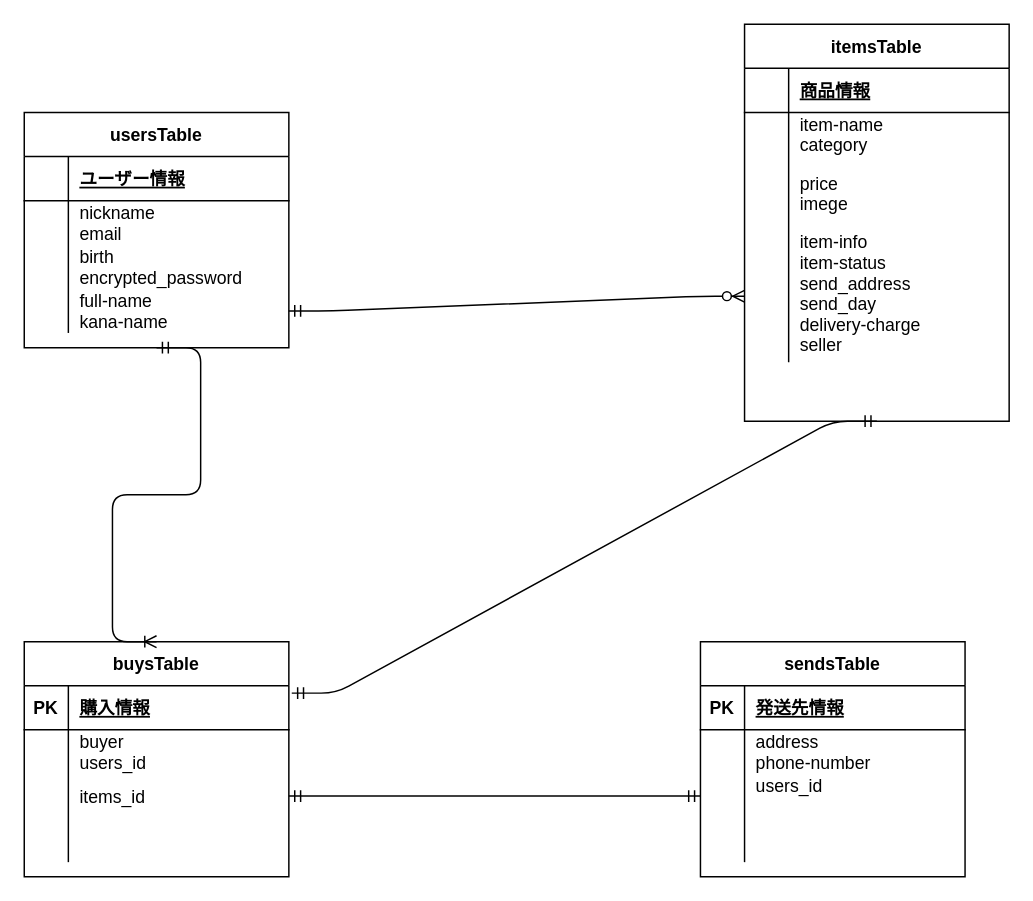
Earlier version of the draw.io diagram test.dio (magitaka/furima-37667). Source tidied: cells renumbered, new cells numbered last; positions are measured from the earlier drawing's top-left corner, leaving out a move shared by most shapes. Both pictures are drawn from the tidied source at 147%, with x=0, y=0 at pixel (24, 24).
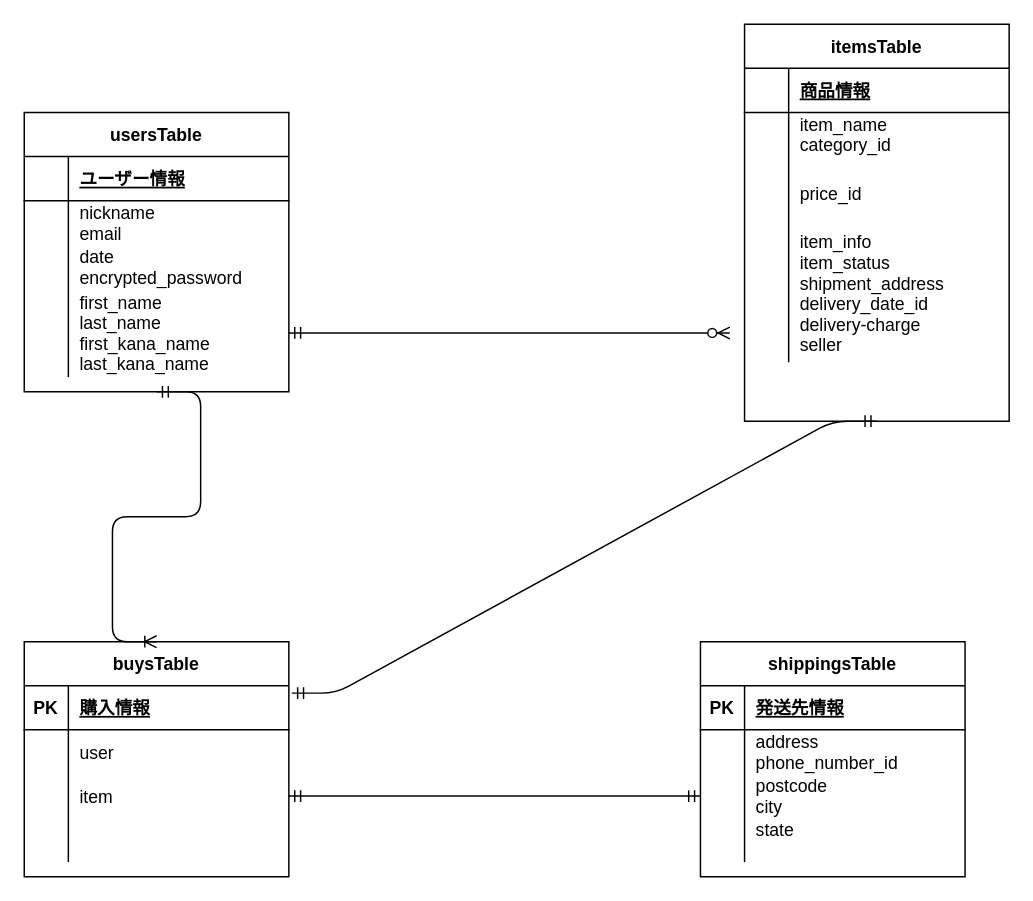
After the change.

The change refers to these unchanged cells:
```xml
<mxCell id="6" style="shape=partialRectangle;fillColor=none;top=0;left=0;bottom=0;right=0;" parent="2" vertex="1">
  <mxGeometry y="60" width="180" height="30" as="geometry" />
</mxCell>
<mxCell id="9" style="shape=partialRectangle;fillColor=none;top=0;left=0;bottom=0;right=0;" parent="2" vertex="1">
  <mxGeometry y="90" width="180" height="50" as="geometry" />
</mxCell>
<mxCell id="12" style="shape=partialRectangle;fillColor=none;top=0;left=0;bottom=0;right=0;points=[[0,0.5],[1,0.5]];portConstraint=eastwest;" parent="2" vertex="1">
  <mxGeometry y="140" width="180" height="90" as="geometry" />
</mxCell>
<mxCell id="22" style="shape=partialRectangle;fillColor=none;top=0;left=0;bottom=0;right=0;" parent="15" vertex="1">
  <mxGeometry y="90" width="180" height="30" as="geometry" />
</mxCell>
<mxCell id="32" style="shape=partialRectangle;fillColor=none;top=0;left=0;bottom=0;right=0;" parent="28" vertex="1">
  <mxGeometry y="60" width="180" height="30" as="geometry" />
</mxCell>
<mxCell id="35" style="shape=partialRectangle;fillColor=none;top=0;left=0;bottom=0;right=0;points=[[0,0.5],[1,0.5]];portConstraint=eastwest;" parent="28" vertex="1">
  <mxGeometry y="90" width="180" height="30" as="geometry" />
</mxCell>
<mxCell id="45" style="shape=partialRectangle;fillColor=none;top=0;left=0;bottom=0;right=0;" parent="41" vertex="1">
  <mxGeometry y="60" width="180" height="30" as="geometry" />
</mxCell>
<mxCell id="48" style="shape=partialRectangle;fillColor=none;top=0;left=0;bottom=0;right=0;points=[[0,0.5],[1,0.5]];portConstraint=eastwest;" parent="41" vertex="1">
  <mxGeometry y="90" width="180" height="30" as="geometry" />
</mxCell>
<mxCell id="51" style="shape=partialRectangle;fillColor=none;top=0;left=0;bottom=0;right=0;" parent="41" vertex="1">
  <mxGeometry y="120" width="180" height="30" as="geometry" />
</mxCell>
```

Change to the diagram source:
```diff
@@
-    <mxCell id="8" value="item-name&#10;category" style="shape=partialRectangle;fillColor=none;top=0;left=0;bottom=0;right=0;align=left;spacingLeft=6;overflow=hidden;" parent="6" vertex="1">
+    <mxCell id="8" value="item_name&#10;category_id" style="shape=partialRectangle;fillColor=none;top=0;left=0;bottom=0;right=0;align=left;spacingLeft=6;overflow=hidden;" parent="6" vertex="1">
       <mxGeometry x="30" width="150" height="30" as="geometry" />
     </mxCell>
@@
-    <mxCell id="11" value="price&#10;imege" style="shape=partialRectangle;fillColor=none;top=0;left=0;bottom=0;right=0;align=left;spacingLeft=6;overflow=hidden;" parent="9" vertex="1">
+    <mxCell id="11" value="price_id" style="shape=partialRectangle;fillColor=none;top=0;left=0;bottom=0;right=0;align=left;spacingLeft=6;overflow=hidden;" parent="9" vertex="1">
       <mxGeometry x="30" width="150" height="50" as="geometry" />
     </mxCell>
@@
-    <mxCell id="14" value="item-info&#10;item-status&#10;send_address&#10;send_day&#10;delivery-charge&#10;seller&#10;" style="shape=partialRectangle;fillColor=none;top=0;left=0;bottom=0;right=0;align=left;spacingLeft=6;overflow=hidden;" parent="12" vertex="1">
+    <mxCell id="14" value="item_info&#10;item_status&#10;shipment_address&#10;delivery_date_id&#10;delivery-charge&#10;seller&#10;" style="shape=partialRectangle;fillColor=none;top=0;left=0;bottom=0;right=0;align=left;spacingLeft=6;overflow=hidden;" parent="12" vertex="1">
       <mxGeometry x="30" width="150" height="90" as="geometry" />
     </mxCell>
     <mxCell id="15" value="usersTable" style="shape=table;startSize=30;childLayout=tableLayout;rowLines=0;fontStyle=1;align=center;" parent="1" vertex="1">
-      <mxGeometry y="60" width="180" height="160" as="geometry" />
+      <mxGeometry y="60" width="180" height="190" as="geometry" />
     </mxCell>
@@
-    <mxCell id="24" value="birth&#10;encrypted_password" style="shape=partialRectangle;fillColor=none;top=0;left=0;bottom=0;right=0;align=left;spacingLeft=6;overflow=hidden;" parent="22" vertex="1">
+    <mxCell id="24" value="date&#10;encrypted_password" style="shape=partialRectangle;fillColor=none;top=0;left=0;bottom=0;right=0;align=left;spacingLeft=6;overflow=hidden;" parent="22" vertex="1">
       <mxGeometry x="30" width="150" height="30" as="geometry" />
     </mxCell>
     <mxCell id="25" style="shape=partialRectangle;fillColor=none;top=0;left=0;bottom=0;right=0;points=[[0,0.5],[1,0.5]];portConstraint=eastwest;" parent="15" vertex="1">
-      <mxGeometry y="120" width="180" height="30" as="geometry" />
+      <mxGeometry y="120" width="180" height="60" as="geometry" />
     </mxCell>
     <mxCell id="26" style="shape=partialRectangle;fillColor=none;top=0;left=0;bottom=0;right=0;overflow=hidden;" parent="25" vertex="1">
-      <mxGeometry width="30" height="30" as="geometry" />
+      <mxGeometry width="30" height="60" as="geometry" />
     </mxCell>
-    <mxCell id="27" value="full-name&#10;kana-name" style="shape=partialRectangle;fillColor=none;top=0;left=0;bottom=0;right=0;align=left;spacingLeft=6;overflow=hidden;" parent="25" vertex="1">
-      <mxGeometry x="30" width="150" height="30" as="geometry" />
+    <mxCell id="27" value="first_name&#10;last_name&#10;first_kana_name&#10;last_kana_name" style="shape=partialRectangle;fillColor=none;top=0;left=0;bottom=0;right=0;align=left;spacingLeft=6;overflow=hidden;" parent="25" vertex="1">
+      <mxGeometry x="30" width="150" height="60" as="geometry" />
     </mxCell>
@@
-    <mxCell id="34" value="buyer&#10;users_id" style="shape=partialRectangle;fillColor=none;top=0;left=0;bottom=0;right=0;align=left;spacingLeft=6;overflow=hidden;" parent="32" vertex="1">
+    <mxCell id="34" value="user" style="shape=partialRectangle;fillColor=none;top=0;left=0;bottom=0;right=0;align=left;spacingLeft=6;overflow=hidden;" parent="32" vertex="1">
       <mxGeometry x="30" width="150" height="30" as="geometry" />
     </mxCell>
@@
-    <mxCell id="37" value="items_id" style="shape=partialRectangle;fillColor=none;top=0;left=0;bottom=0;right=0;align=left;spacingLeft=6;overflow=hidden;" parent="35" vertex="1">
+    <mxCell id="37" value="item" style="shape=partialRectangle;fillColor=none;top=0;left=0;bottom=0;right=0;align=left;spacingLeft=6;overflow=hidden;" parent="35" vertex="1">
       <mxGeometry x="30" width="150" height="30" as="geometry" />
     </mxCell>
@@
-    <mxCell id="41" value="sendsTable" style="shape=table;startSize=30;childLayout=tableLayout;rowLines=0;fontStyle=1;align=center;" parent="1" vertex="1">
+    <mxCell id="41" value="shippingsTable" style="shape=table;startSize=30;childLayout=tableLayout;rowLines=0;fontStyle=1;align=center;" parent="1" vertex="1">
       <mxGeometry x="460" y="420" width="180" height="160" as="geometry" />
     </mxCell>
@@
-    <mxCell id="47" value="address&#10;phone-number" style="shape=partialRectangle;fillColor=none;top=0;left=0;bottom=0;right=0;align=left;spacingLeft=6;overflow=hidden;" parent="45" vertex="1">
+    <mxCell id="47" value="address&#10;phone_number_id" style="shape=partialRectangle;fillColor=none;top=0;left=0;bottom=0;right=0;align=left;spacingLeft=6;overflow=hidden;" parent="45" vertex="1">
       <mxGeometry x="30" width="150" height="30" as="geometry" />
     </mxCell>
@@
-    <mxCell id="50" value="users_id&#10;" style="shape=partialRectangle;fillColor=none;top=0;left=0;bottom=0;right=0;align=left;spacingLeft=6;overflow=hidden;" parent="48" vertex="1">
+    <mxCell id="50" value="postcode&#10;city" style="shape=partialRectangle;fillColor=none;top=0;left=0;bottom=0;right=0;align=left;spacingLeft=6;overflow=hidden;" parent="48" vertex="1">
       <mxGeometry x="30" width="150" height="30" as="geometry" />
     </mxCell>
@@
-    <mxCell id="53" style="shape=partialRectangle;fillColor=none;top=0;left=0;bottom=0;right=0;align=left;spacingLeft=6;overflow=hidden;" parent="51" vertex="1">
+    <mxCell id="53" value="state&#10;" style="shape=partialRectangle;fillColor=none;top=0;left=0;bottom=0;right=0;align=left;spacingLeft=6;overflow=hidden;" parent="51" vertex="1">
       <mxGeometry x="30" width="150" height="30" as="geometry" />
     </mxCell>
@@
-    <mxCell id="56" style="edgeStyle=entityRelationEdgeStyle;fontSize=12;html=1;endArrow=ERzeroToMany;startArrow=ERmandOne;entryX=0;entryY=0.5;entryDx=0;entryDy=0;exitX=1;exitY=0.5;exitDx=0;exitDy=0;" parent="1" edge="1" source="25" target="12">
-      <mxGeometry relative="1" as="geometry" />
+    <mxCell id="56" style="edgeStyle=entityRelationEdgeStyle;fontSize=12;html=1;endArrow=ERzeroToMany;startArrow=ERmandOne;exitX=1;exitY=0.5;exitDx=0;exitDy=0;" parent="1" edge="1" source="25">
+      <mxGeometry relative="1" as="geometry">
+        <mxPoint x="480" y="210" as="targetPoint" />
+      </mxGeometry>
     </mxCell>
```
